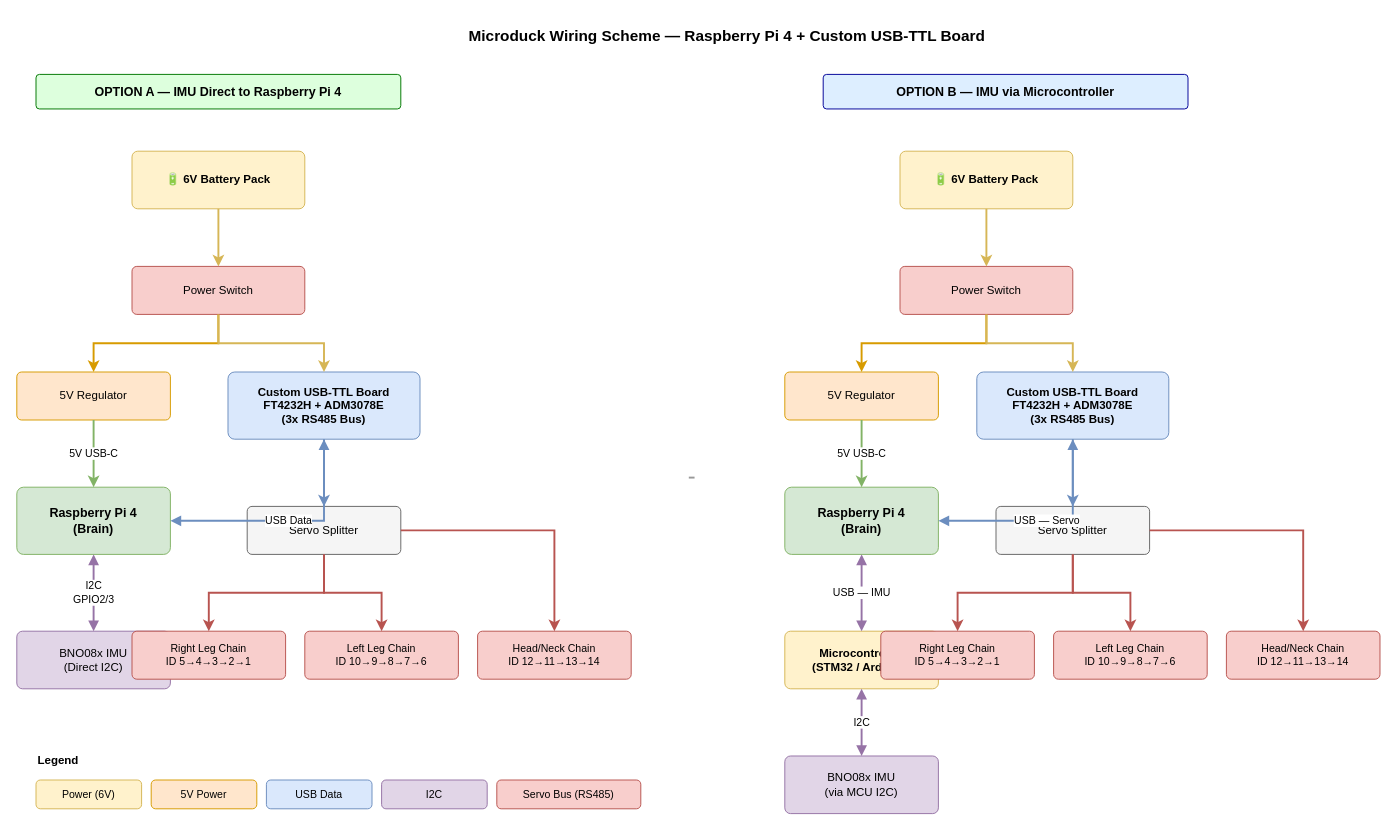
Above: hardware/diagrams/wiring_scheme.drawio in RomdhoniZidane20/Microduck_companion_project (draw.io), before the change. Source tidied: cells renumbered, new cells numbered last; positions are measured from the earlier drawing's top-left corner, leaving out a move shared by most shapes. Both pictures are drawn from the tidied source at 96%, with x=0, y=0 at pixel (16, 16).
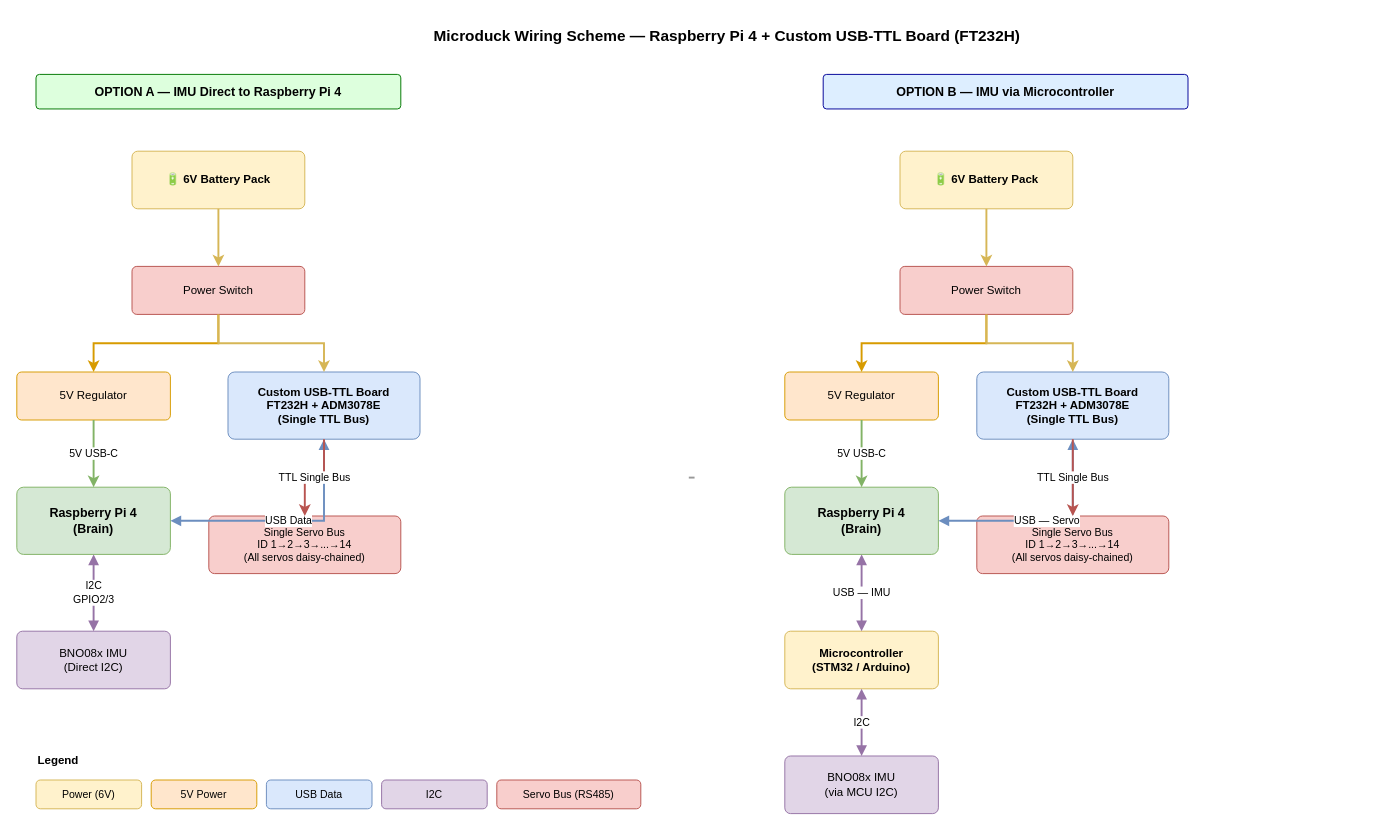
The same page after the edit.

Commit message:
Update wiring diagram: FT4232H to FT232H, single TTL bus, remove servo splitter

The edit, as a diff of the source:
```diff
@@
-    <mxCell id="2" value="Microduck Wiring Scheme — Raspberry Pi 4 + Custom USB-TTL Board" style="text;html=1;strokeColor=none;fillColor=none;align=center;verticalAlign=middle;whiteSpace=wrap;rounded=0;fontSize=16;fontStyle=1;" parent="1" vertex="1">
+    <mxCell id="2" value="Microduck Wiring Scheme — Raspberry Pi 4 + Custom USB-TTL Board (FT232H)" style="text;html=1;strokeColor=none;fillColor=none;align=center;verticalAlign=middle;whiteSpace=wrap;rounded=0;fontSize=16;fontStyle=1;" parent="1" vertex="1">
       <mxGeometry x="340" width="800" height="40" as="geometry" />
     </mxCell>
@@
-    <mxCell id="9" value="Custom USB-TTL Board&#10;FT4232H + ADM3078E&#10;(3x RS485 Bus)" style="rounded=1;whiteSpace=wrap;html=1;fillColor=#dae8fc;strokeColor=#6c8ebf;fontSize=12;fontStyle=1;arcSize=10;" parent="1" vertex="1">
+    <mxCell id="9" value="Custom USB-TTL Board&#10;FT232H + ADM3078E&#10;(Single TTL Bus)" style="rounded=1;whiteSpace=wrap;html=1;fillColor=#dae8fc;strokeColor=#6c8ebf;fontSize=12;fontStyle=1;arcSize=10;" parent="1" vertex="1">
       <mxGeometry x="220" y="370" width="200" height="70" as="geometry" />
     </mxCell>
@@
-    <mxCell id="11" value="Servo Splitter" style="rounded=1;whiteSpace=wrap;html=1;fillColor=#f5f5f5;strokeColor=#666666;fontSize=12;arcSize=10;" parent="1" vertex="1">
-      <mxGeometry x="240" y="510" width="160" height="50" as="geometry" />
-    </mxCell>
-    <mxCell id="12" value="Right Leg Chain&#10;ID 5→4→3→2→1" style="rounded=1;whiteSpace=wrap;html=1;fillColor=#f8cecc;strokeColor=#b85450;fontSize=11;arcSize=10;" parent="1" vertex="1">
-      <mxGeometry x="120" y="640" width="160" height="50" as="geometry" />
-    </mxCell>
-    <mxCell id="13" value="Left Leg Chain&#10;ID 10→9→8→7→6" style="rounded=1;whiteSpace=wrap;html=1;fillColor=#f8cecc;strokeColor=#b85450;fontSize=11;arcSize=10;" parent="1" vertex="1">
-      <mxGeometry x="300" y="640" width="160" height="50" as="geometry" />
-    </mxCell>
-    <mxCell id="14" value="Head/Neck Chain&#10;ID 12→11→13→14" style="rounded=1;whiteSpace=wrap;html=1;fillColor=#f8cecc;strokeColor=#b85450;fontSize=11;arcSize=10;" parent="1" vertex="1">
-      <mxGeometry x="480" y="640" width="160" height="50" as="geometry" />
-    </mxCell>
+    <mxCell id="54" value="Single Servo Bus&#10;ID 1→2→3→...→14&#10;(All servos daisy-chained)" style="rounded=1;whiteSpace=wrap;html=1;fillColor=#f8cecc;strokeColor=#b85450;fontSize=11;arcSize=10;" parent="1" vertex="1">
+      <mxGeometry x="200" y="520" width="200" height="60" as="geometry" />
+    </mxCell>
@@
-    <mxCell id="21" style="edgeStyle=orthogonalEdgeStyle;rounded=0;html=1;strokeColor=#6c8ebf;strokeWidth=2;" parent="1" edge="1" source="9" target="11">
+    <mxCell id="21" value="TTL Single Bus" style="edgeStyle=orthogonalEdgeStyle;rounded=0;html=1;strokeColor=#b85450;strokeWidth=2;" parent="1" edge="1" source="9" target="54">
       <mxGeometry relative="1" as="geometry" />
     </mxCell>
-    <mxCell id="22" style="edgeStyle=orthogonalEdgeStyle;rounded=0;html=1;strokeColor=#b85450;strokeWidth=2;" parent="1" edge="1" source="11" target="12">
-      <mxGeometry relative="1" as="geometry" />
-    </mxCell>
-    <mxCell id="23" style="edgeStyle=orthogonalEdgeStyle;rounded=0;html=1;strokeColor=#b85450;strokeWidth=2;" parent="1" edge="1" source="11" target="13">
-      <mxGeometry relative="1" as="geometry" />
-    </mxCell>
-    <mxCell id="24" style="edgeStyle=orthogonalEdgeStyle;rounded=0;html=1;strokeColor=#b85450;strokeWidth=2;" parent="1" edge="1" source="11" target="14">
-      <mxGeometry relative="1" as="geometry" />
-    </mxCell>
@@
-    <mxCell id="29" value="Custom USB-TTL Board&#10;FT4232H + ADM3078E&#10;(3x RS485 Bus)" style="rounded=1;whiteSpace=wrap;html=1;fillColor=#dae8fc;strokeColor=#6c8ebf;fontSize=12;fontStyle=1;arcSize=10;" parent="1" vertex="1">
+    <mxCell id="29" value="Custom USB-TTL Board&#10;FT232H + ADM3078E&#10;(Single TTL Bus)" style="rounded=1;whiteSpace=wrap;html=1;fillColor=#dae8fc;strokeColor=#6c8ebf;fontSize=12;fontStyle=1;arcSize=10;" parent="1" vertex="1">
       <mxGeometry x="1000" y="370" width="200" height="70" as="geometry" />
     </mxCell>
@@
-    <mxCell id="32" value="Servo Splitter" style="rounded=1;whiteSpace=wrap;html=1;fillColor=#f5f5f5;strokeColor=#666666;fontSize=12;arcSize=10;" parent="1" vertex="1">
-      <mxGeometry x="1020" y="510" width="160" height="50" as="geometry" />
-    </mxCell>
-    <mxCell id="33" value="Right Leg Chain&#10;ID 5→4→3→2→1" style="rounded=1;whiteSpace=wrap;html=1;fillColor=#f8cecc;strokeColor=#b85450;fontSize=11;arcSize=10;" parent="1" vertex="1">
-      <mxGeometry x="900" y="640" width="160" height="50" as="geometry" />
-    </mxCell>
-    <mxCell id="34" value="Left Leg Chain&#10;ID 10→9→8→7→6" style="rounded=1;whiteSpace=wrap;html=1;fillColor=#f8cecc;strokeColor=#b85450;fontSize=11;arcSize=10;" parent="1" vertex="1">
-      <mxGeometry x="1080" y="640" width="160" height="50" as="geometry" />
-    </mxCell>
-    <mxCell id="35" value="Head/Neck Chain&#10;ID 12→11→13→14" style="rounded=1;whiteSpace=wrap;html=1;fillColor=#f8cecc;strokeColor=#b85450;fontSize=11;arcSize=10;" parent="1" vertex="1">
-      <mxGeometry x="1260" y="640" width="160" height="50" as="geometry" />
-    </mxCell>
+    <mxCell id="55" value="Single Servo Bus&#10;ID 1→2→3→...→14&#10;(All servos daisy-chained)" style="rounded=1;whiteSpace=wrap;html=1;fillColor=#f8cecc;strokeColor=#b85450;fontSize=11;arcSize=10;" parent="1" vertex="1">
+      <mxGeometry x="1000" y="520" width="200" height="60" as="geometry" />
+    </mxCell>
@@
-    <mxCell id="43" style="edgeStyle=orthogonalEdgeStyle;rounded=0;html=1;strokeColor=#6c8ebf;strokeWidth=2;" parent="1" edge="1" source="29" target="32">
+    <mxCell id="43" value="TTL Single Bus" style="edgeStyle=orthogonalEdgeStyle;rounded=0;html=1;strokeColor=#b85450;strokeWidth=2;" parent="1" edge="1" source="29" target="55">
       <mxGeometry relative="1" as="geometry" />
     </mxCell>
-    <mxCell id="44" style="edgeStyle=orthogonalEdgeStyle;rounded=0;html=1;strokeColor=#b85450;strokeWidth=2;" parent="1" edge="1" source="32" target="33">
-      <mxGeometry relative="1" as="geometry" />
-    </mxCell>
-    <mxCell id="45" style="edgeStyle=orthogonalEdgeStyle;rounded=0;html=1;strokeColor=#b85450;strokeWidth=2;" parent="1" edge="1" source="32" target="34">
-      <mxGeometry relative="1" as="geometry" />
-    </mxCell>
-    <mxCell id="46" style="edgeStyle=orthogonalEdgeStyle;rounded=0;html=1;strokeColor=#b85450;strokeWidth=2;" parent="1" edge="1" source="32" target="35">
-      <mxGeometry relative="1" as="geometry" />
-    </mxCell>
```
